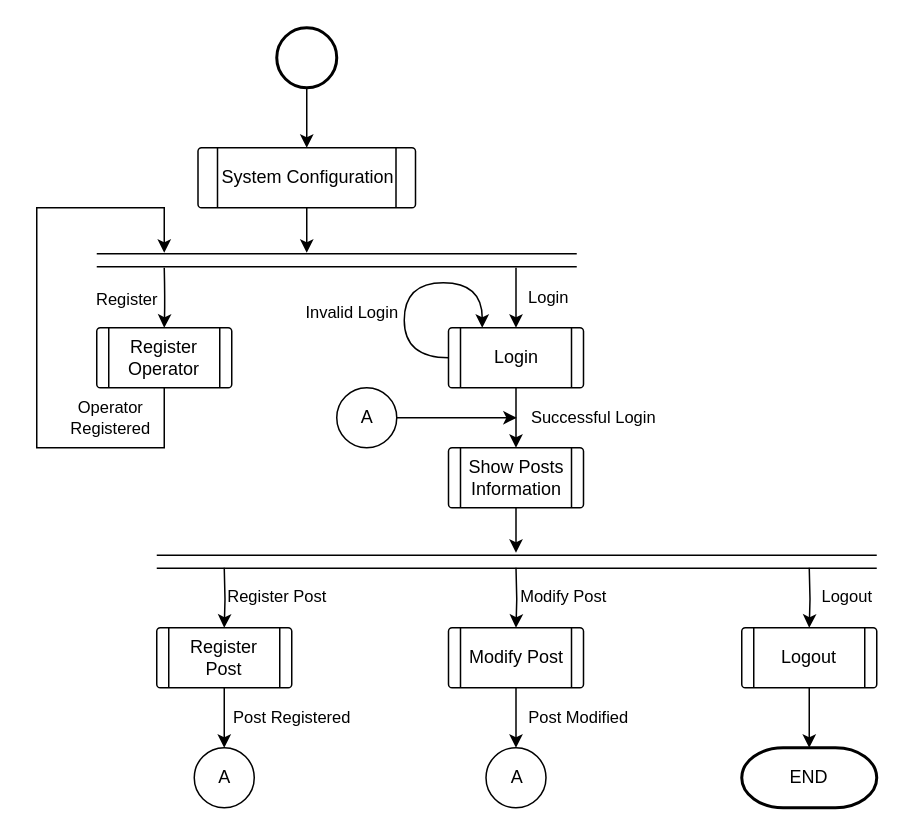
The draw.io diagram page "AppSystem_Flowchart" (3 of 4) of project/report/flowcharts/RemoteSystem.drawio in ESRGgroup9/slipad, before the edit. Source tidied: cells renumbered, new cells numbered last; positions are measured from the earlier drawing's top-left corner, leaving out a move shared by most shapes. Both pictures are drawn from the tidied source at 150%, with x=0, y=0 at pixel (36, 27).
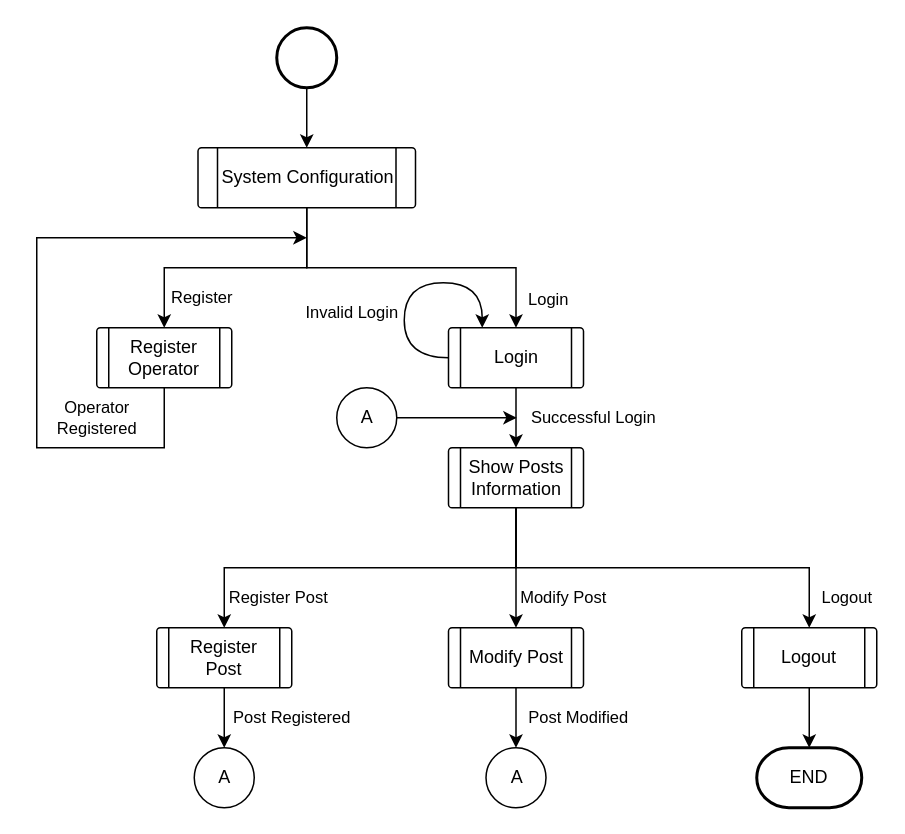
The same diagram, later.

The change refers to these unchanged cells:
```xml
<mxCell id="8" value="System Configuration" style="verticalLabelPosition=middle;verticalAlign=middle;html=1;shape=process;whiteSpace=wrap;rounded=1;size=0.08620689655172414;arcSize=6;fillColor=none;labelPosition=center;align=center;" parent="1" vertex="1">
  <mxGeometry x="107.5" y="80" width="145" height="40" as="geometry" />
</mxCell>
<mxCell id="10" value="&lt;div&gt;Login&lt;/div&gt;" style="verticalLabelPosition=middle;verticalAlign=middle;html=1;shape=process;whiteSpace=wrap;rounded=1;size=0.08620689655172414;arcSize=6;fillColor=none;labelPosition=center;align=center;" parent="1" vertex="1">
  <mxGeometry x="274.5" y="200" width="90" height="40" as="geometry" />
</mxCell>
<mxCell id="12" value="Show Posts Information" style="verticalLabelPosition=middle;verticalAlign=middle;html=1;shape=process;whiteSpace=wrap;rounded=1;size=0.08620689655172414;arcSize=6;fillColor=none;labelPosition=center;align=center;" parent="1" vertex="1">
  <mxGeometry x="274.5" y="280" width="90" height="40" as="geometry" />
</mxCell>
<mxCell id="15" value="Register Operator" style="verticalLabelPosition=middle;verticalAlign=middle;html=1;shape=process;whiteSpace=wrap;rounded=1;size=0.08620689655172414;arcSize=6;fillColor=none;labelPosition=center;align=center;" parent="1" vertex="1">
  <mxGeometry x="40" y="200" width="90" height="40" as="geometry" />
</mxCell>
<mxCell id="19" value="Register Post" style="verticalLabelPosition=middle;verticalAlign=middle;html=1;shape=process;whiteSpace=wrap;rounded=1;size=0.08620689655172414;arcSize=6;fillColor=none;labelPosition=center;align=center;" parent="1" vertex="1">
  <mxGeometry x="80" y="400" width="90" height="40" as="geometry" />
</mxCell>
<mxCell id="22" value="Modify Post" style="verticalLabelPosition=middle;verticalAlign=middle;html=1;shape=process;whiteSpace=wrap;rounded=1;size=0.08620689655172414;arcSize=6;fillColor=none;labelPosition=center;align=center;" parent="1" vertex="1">
  <mxGeometry x="274.5" y="400" width="90" height="40" as="geometry" />
</mxCell>
<mxCell id="29" value="Logout" style="verticalLabelPosition=middle;verticalAlign=middle;html=1;shape=process;whiteSpace=wrap;rounded=1;size=0.08620689655172414;arcSize=6;fillColor=none;labelPosition=center;align=center;" parent="1" vertex="1">
  <mxGeometry x="470" y="400" width="90" height="40" as="geometry" />
</mxCell>
```

Diff of the diagram source:
```diff
@@
-    <mxCell id="4" style="edgeStyle=none;rounded=0;jettySize=auto;html=1;exitX=0.5;exitY=1;exitDx=0;exitDy=0;strokeWidth=1;" parent="1" edge="1" source="8">
-      <mxGeometry relative="1" as="geometry">
-        <mxPoint x="180" y="150" as="targetPoint" />
-      </mxGeometry>
-    </mxCell>
-    <mxCell id="5" value="Login" style="edgeStyle=none;rounded=0;jettySize=auto;html=1;strokeWidth=1;entryX=0.5;entryY=0;entryDx=0;entryDy=0;verticalAlign=middle;" parent="1" edge="1" target="10">
-      <mxGeometry y="21" relative="1" as="geometry">
-        <mxPoint x="319.5" y="160" as="sourcePoint" />
-      </mxGeometry>
+    <mxCell id="5" value="Login" style="edgeStyle=orthogonalEdgeStyle;rounded=0;jettySize=auto;html=1;strokeWidth=1;entryX=0.5;entryY=0;entryDx=0;entryDy=0;verticalAlign=middle;exitX=0.5;exitY=1;exitDx=0;exitDy=0;" parent="1" edge="1" source="8" target="10">
+      <mxGeometry x="0.82" y="21" relative="1" as="geometry" />
     </mxCell>
@@
-    <mxCell id="7" style="shape=link;html=1;rounded=0;strokeWidth=1;width=8.666666666666668;" parent="1" edge="1">
-      <mxGeometry relative="1" as="geometry">
-        <mxPoint x="40" y="155" as="sourcePoint" />
-        <mxPoint x="360" y="155" as="targetPoint" />
-      </mxGeometry>
-    </mxCell>
@@
-    <mxCell id="11" style="edgeStyle=orthogonalEdgeStyle;rounded=0;jettySize=auto;html=1;strokeWidth=1;verticalAlign=middle;" parent="1" edge="1" source="12">
-      <mxGeometry relative="1" as="geometry">
-        <mxPoint x="319.5" y="350" as="targetPoint" />
-      </mxGeometry>
-    </mxCell>
@@
     <mxCell id="13" value="&lt;div&gt;Operator &lt;br&gt;&lt;/div&gt;&lt;div&gt;Registered&lt;/div&gt;" style="edgeStyle=orthogonalEdgeStyle;rounded=0;jettySize=auto;html=1;strokeWidth=1;exitX=0.5;exitY=1;exitDx=0;exitDy=0;" parent="1" edge="1" source="15">
       <mxGeometry x="-0.62" y="-20" relative="1" as="geometry">
-        <mxPoint x="85" y="150" as="targetPoint" />
+        <mxPoint x="180" y="140" as="targetPoint" />
         <Array as="points">
           <mxPoint x="85" y="280" />
           <mxPoint y="280" />
-          <mxPoint y="120" />
-          <mxPoint x="85" y="120" />
-          <mxPoint x="85" y="150" />
+          <mxPoint y="140" />
         </Array>
       </mxGeometry>
     </mxCell>
-    <mxCell id="14" value="Register" style="edgeStyle=orthogonalEdgeStyle;curved=1;rounded=0;jettySize=auto;html=1;strokeWidth=1;verticalAlign=middle;" parent="1" edge="1" target="15">
-      <mxGeometry y="-25" relative="1" as="geometry">
-        <mxPoint x="85" y="160" as="sourcePoint" />
-      </mxGeometry>
+    <mxCell id="14" value="Register" style="edgeStyle=orthogonalEdgeStyle;rounded=0;jettySize=auto;html=1;strokeWidth=1;verticalAlign=middle;exitX=0.5;exitY=1;exitDx=0;exitDy=0;" parent="1" edge="1" source="8" target="15">
+      <mxGeometry x="0.26" y="20" relative="1" as="geometry" />
     </mxCell>
@@
-    <mxCell id="16" style="shape=link;html=1;rounded=0;strokeWidth=1;width=8.666666666666668;" parent="1" edge="1">
-      <mxGeometry relative="1" as="geometry">
-        <mxPoint x="80" y="356" as="sourcePoint" />
-        <mxPoint x="560" y="356" as="targetPoint" />
-      </mxGeometry>
-    </mxCell>
-    <mxCell id="17" value="Register Post" style="edgeStyle=orthogonalEdgeStyle;rounded=0;jettySize=auto;html=1;strokeWidth=1;verticalAlign=middle;entryX=0.5;entryY=0;entryDx=0;entryDy=0;" parent="1" edge="1" target="19">
-      <mxGeometry y="35" relative="1" as="geometry">
-        <mxPoint x="125" y="360" as="sourcePoint" />
-      </mxGeometry>
+    <mxCell id="17" value="Register Post" style="edgeStyle=orthogonalEdgeStyle;rounded=0;jettySize=auto;html=1;strokeWidth=1;verticalAlign=middle;entryX=0.5;entryY=0;entryDx=0;entryDy=0;exitX=0.5;exitY=1;exitDx=0;exitDy=0;" parent="1" edge="1" source="12" target="19">
+      <mxGeometry x="0.45" y="20" relative="1" as="geometry" />
     </mxCell>
@@
-    <mxCell id="20" value="Modify Post" style="edgeStyle=orthogonalEdgeStyle;rounded=0;jettySize=auto;html=1;strokeWidth=1;verticalAlign=middle;" parent="1" edge="1" target="22">
-      <mxGeometry y="31" relative="1" as="geometry">
-        <mxPoint x="319.5" y="360" as="sourcePoint" />
-      </mxGeometry>
+    <mxCell id="20" value="Modify Post" style="edgeStyle=orthogonalEdgeStyle;rounded=0;jettySize=auto;html=1;strokeWidth=1;verticalAlign=middle;exitX=0.5;exitY=1;exitDx=0;exitDy=0;" parent="1" edge="1" source="12" target="22">
+      <mxGeometry x="0.5" y="31" relative="1" as="geometry" />
     </mxCell>
@@
-    <mxCell id="27" value="Logout" style="edgeStyle=orthogonalEdgeStyle;rounded=0;jettySize=auto;html=1;strokeWidth=1;verticalAlign=middle;" parent="1" edge="1" target="29">
-      <mxGeometry y="25" relative="1" as="geometry">
-        <mxPoint x="515" y="360" as="sourcePoint" />
-      </mxGeometry>
+    <mxCell id="27" value="Logout" style="edgeStyle=orthogonalEdgeStyle;rounded=0;jettySize=auto;html=1;strokeWidth=1;verticalAlign=middle;exitX=0.5;exitY=1;exitDx=0;exitDy=0;" parent="1" edge="1" source="12" target="29">
+      <mxGeometry x="0.85" y="25" relative="1" as="geometry" />
     </mxCell>
@@
     <mxCell id="30" value="END" style="strokeWidth=2;html=1;shape=mxgraph.flowchart.terminator;whiteSpace=wrap;fillColor=none;align=center;verticalAlign=middle;" parent="1" vertex="1">
-      <mxGeometry x="470" y="480" width="90" height="40" as="geometry" />
+      <mxGeometry x="480" y="480" width="70" height="40" as="geometry" />
     </mxCell>
```
